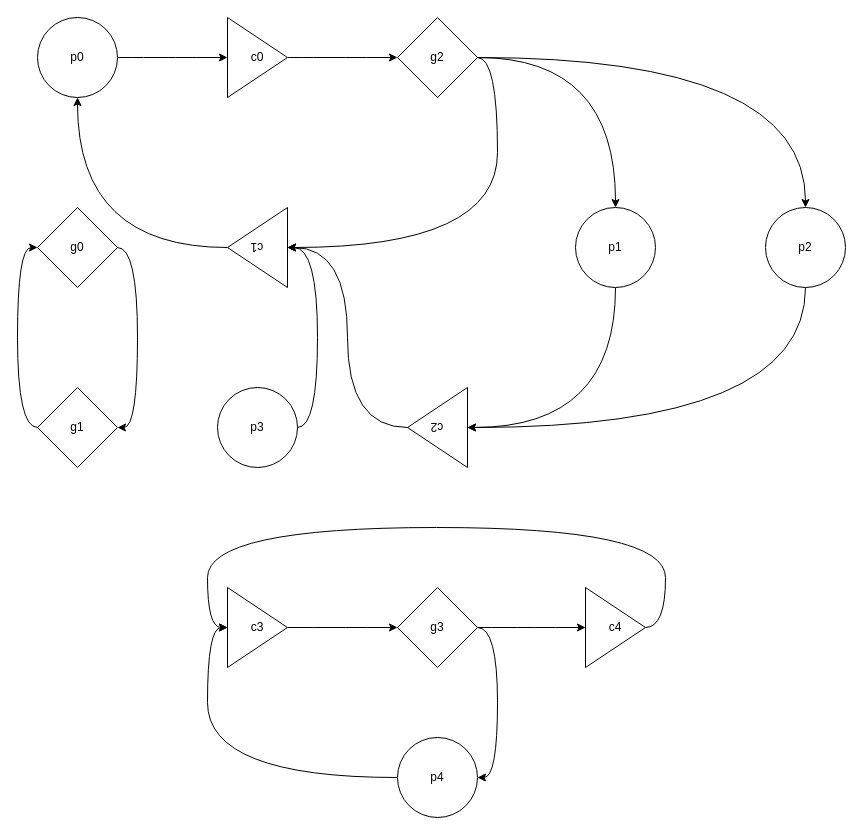
Above: page "Step 0 (case 0)" (1 of 8) of plutus-test-graph.drawio.xml in Congyuwang/plutus-core (draw.io), before the change. Source tidied: cells renumbered, new cells numbered last; positions are measured from the earlier drawing's top-left corner, leaving out a move shared by most shapes. Both pictures are drawn from the tidied source at 100%, with x=0, y=0 at pixel (37, 17).
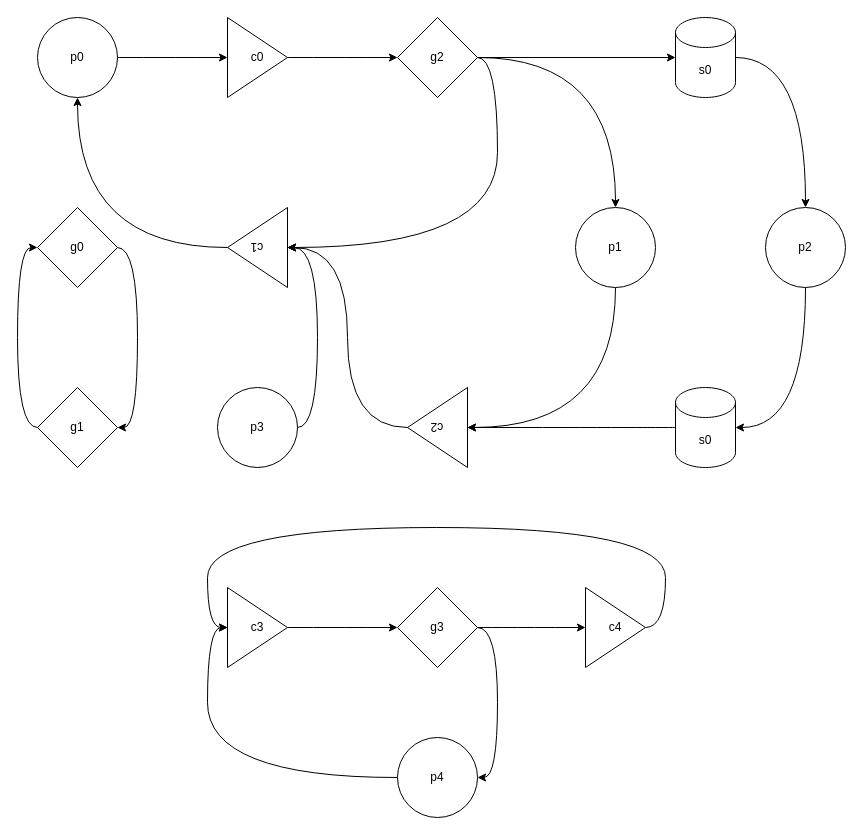
The same diagram, later.

Unchanged cells that the change refers to:
```xml
<mxCell id="11" value="g2" style="rhombus;whiteSpace=wrap;html=1;" parent="1" vertex="1">
  <mxGeometry x="360" width="80" height="80" as="geometry" />
</mxCell>
<mxCell id="15" value="p2" style="ellipse;whiteSpace=wrap;html=1;" parent="1" vertex="1">
  <mxGeometry x="728" y="190" width="80" height="80" as="geometry" />
</mxCell>
<mxCell id="17" value="c2" style="triangle;whiteSpace=wrap;html=1;rotation=-180;" parent="1" vertex="1">
  <mxGeometry x="370" y="370" width="60" height="80" as="geometry" />
</mxCell>
```

Diff of the diagram source:
```diff
@@
-    <mxCell id="8" style="edgeStyle=orthogonalEdgeStyle;curved=1;rounded=0;jettySize=auto;html=1;exitX=1;exitY=0.5;exitDx=0;exitDy=0;entryX=0.5;entryY=0;entryDx=0;entryDy=0;" parent="1" edge="1" source="11" target="15">
-      <mxGeometry relative="1" as="geometry" />
-    </mxCell>
@@
+    <mxCell id="33" style="edgeStyle=orthogonalEdgeStyle;rounded=0;jettySize=auto;html=1;" parent="1" edge="1" source="11" target="36">
+      <mxGeometry relative="1" as="geometry" />
+    </mxCell>
@@
-    <mxCell id="14" style="edgeStyle=orthogonalEdgeStyle;curved=1;rounded=0;jettySize=auto;html=1;exitX=0.5;exitY=1;exitDx=0;exitDy=0;entryX=0;entryY=0.5;entryDx=0;entryDy=0;" parent="1" edge="1" source="15" target="17">
-      <mxGeometry relative="1" as="geometry" />
-    </mxCell>
+    <mxCell id="34" style="edgeStyle=orthogonalEdgeStyle;curved=1;rounded=0;jettySize=auto;html=1;exitX=0.5;exitY=1;exitDx=0;exitDy=0;entryX=1;entryY=0.5;entryDx=0;entryDy=0;entryPerimeter=0;" parent="1" edge="1" source="15" target="38">
+      <mxGeometry relative="1" as="geometry" />
+    </mxCell>
@@
+    <mxCell id="35" style="edgeStyle=orthogonalEdgeStyle;rounded=0;jettySize=auto;html=1;entryX=0.5;entryY=0;entryDx=0;entryDy=0;curved=1;" parent="1" edge="1" source="36" target="15">
+      <mxGeometry relative="1" as="geometry" />
+    </mxCell>
+    <mxCell id="36" value="s0" style="shape=cylinder3;whiteSpace=wrap;html=1;boundedLbl=1;backgroundOutline=1;size=15;" parent="1" vertex="1">
+      <mxGeometry x="638" width="60" height="80" as="geometry" />
+    </mxCell>
+    <mxCell id="37" style="edgeStyle=orthogonalEdgeStyle;curved=1;rounded=0;jettySize=auto;html=1;exitX=0;exitY=0.5;exitDx=0;exitDy=0;exitPerimeter=0;entryX=0;entryY=0.5;entryDx=0;entryDy=0;" parent="1" edge="1" source="38" target="17">
+      <mxGeometry relative="1" as="geometry" />
+    </mxCell>
+    <mxCell id="38" value="s0" style="shape=cylinder3;whiteSpace=wrap;html=1;boundedLbl=1;backgroundOutline=1;size=15;" parent="1" vertex="1">
+      <mxGeometry x="638" y="370" width="60" height="80" as="geometry" />
+    </mxCell>
```
